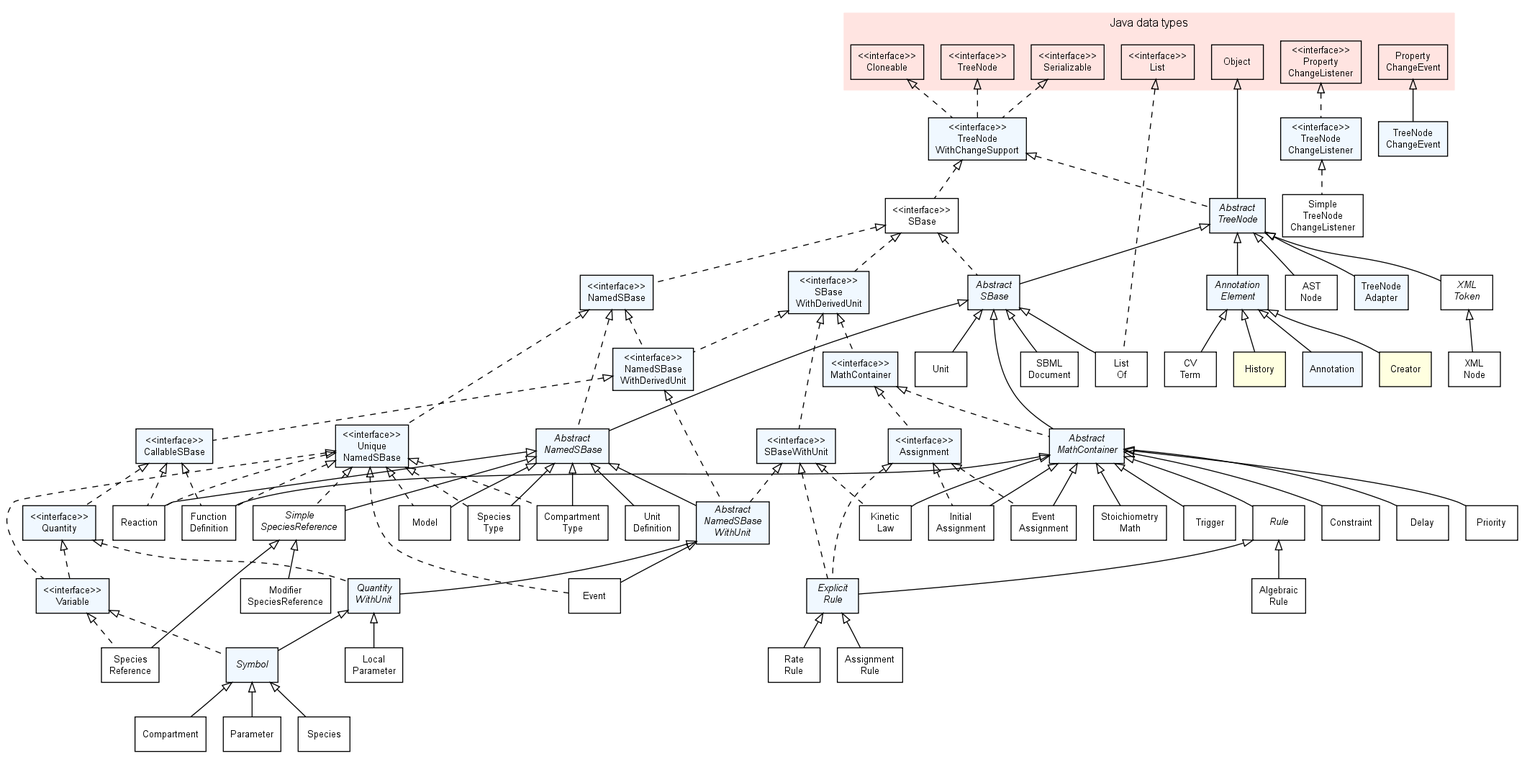
Before: doc/img/FullTypeHierarchy.png, a diagram exported from Graphviz (ChavaVennela/jsbml). Its source is kept beside it as doc/img/FullTypeHierarchy.dot.
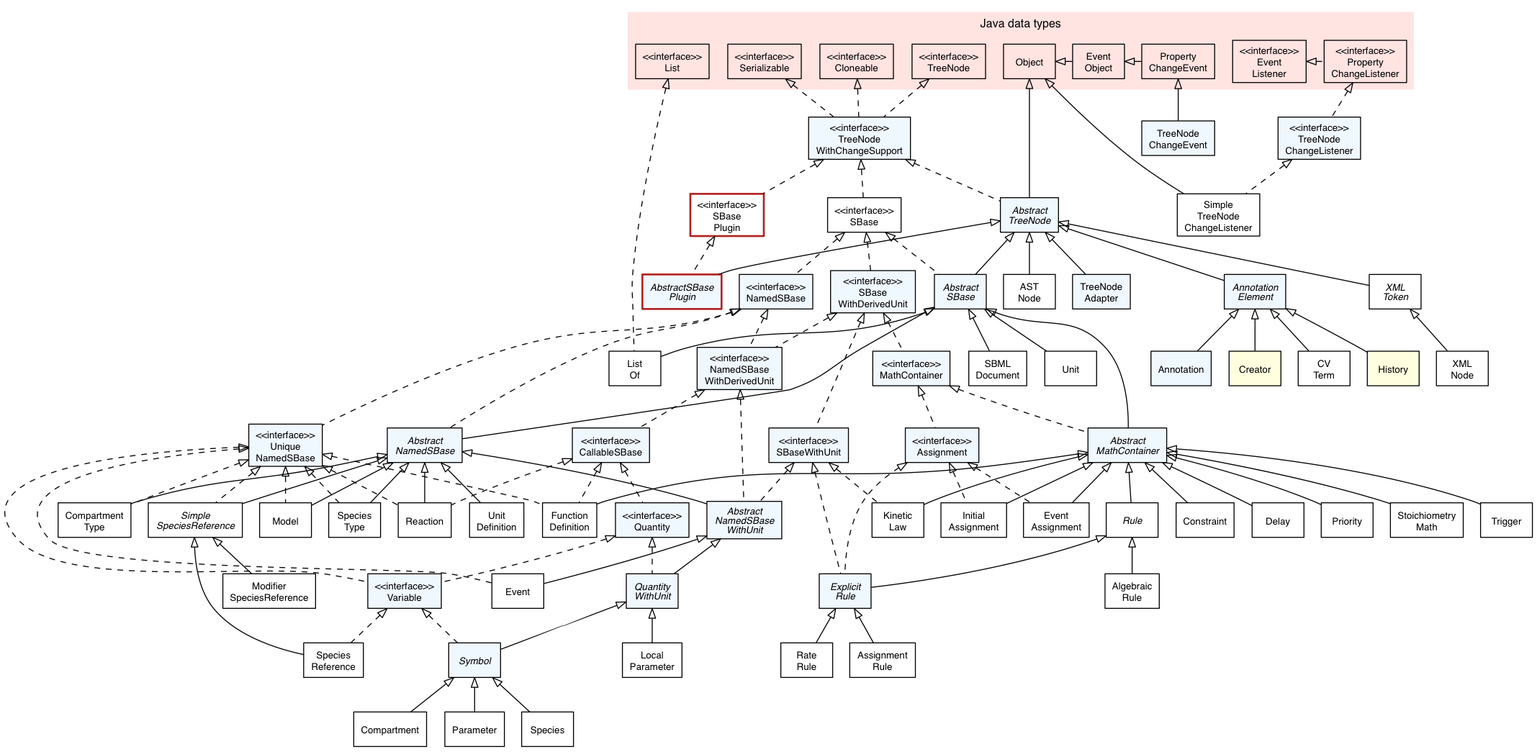
The same file after the commit.

Commit message:
updated FullTypeHierarchy to be the same as on the trunk

What changed in the source:
```diff
@@ -37,13 +37,17 @@
     labeljust=c;
 
     Cloneable                              [label="<<interface>>\nCloneable"];
+    EventListener                          [label="<<interface>>\nEvent\nListener"];
     List                                   [label="<<interface>>\nList"];
     PropertyChangeListener                 [label="<<interface>>\nProperty\nChangeListener"];
     Serializable                           [label="<<interface>>\nSerializable"];
     TreeNode                               [label="<<interface>>\nTreeNode"];
 
     Object                                 [label="Object"];
+    EventObject                            [label="Event\nObject"];
     PropertyChangeEvent                    [label="Property\nChangeEvent"];
+
+    {rank="same"; Object; EventObject; PropertyChangeEvent; EventListener; PropertyChangeListener}
   }
 
   /*
@@ -59,6 +63,7 @@
   SBaseWithDerivedUnit                     [label="<<interface>>\nSBase\nWithDerivedUnit", style="filled", fillcolor="#F0F8FF"];
   SBaseWithUnit                            [label="<<interface>>\nSBaseWithUnit", style="filled", fillcolor="#F0F8FF"];
   SBase                                    [label="<<interface>>\nSBase"];
+  SBasePlugin                              [label="<<interface>>\nSBase\nPlugin", color="firebrick", style="setlinewidth(2)"];
   TreeNodeChangeListener                   [label="<<interface>>\nTreeNode\nChangeListener", style="filled", fillcolor="#F0F8FF"];
   TreeNodeWithChangeSupport                [label="<<interface>>\nTreeNode\nWithChangeSupport", style="filled", fillcolor="#F0F8FF"];
   UniqueNamedSBase                         [label="<<interface>>\nUnique\nNamedSBase", style="filled", fillcolor="#F0F8FF"];
@@ -72,6 +77,7 @@
   AbstractNamedSBase                       [label=<<font face="Helvetica-Oblique">Abstract<br/>NamedSBase</font>>, style="filled", fillcolor="#F0F8FF"];
   AbstractNamedSBaseWithUnit               [label=<<font face="Helvetica-Oblique">Abstract<br/>NamedSBase<br/>WithUnit</font>>, style="filled", fillcolor="#F0F8FF"];
   AbstractSBase                            [label=<<font face="Helvetica-Oblique">Abstract<br/>SBase</font>>, style="filled", fillcolor="#F0F8FF"];
+  AbstractSBasePlugin                      [label=<<font face="Helvetica-Oblique">AbstractSBase<br/>Plugin</font>>, style="filled,setlinewidth(2)", fillcolor="#F0F8FF", color="firebrick"];
   AbstractTreeNode                         [label=<<font face="Helvetica-Oblique">Abstract<br/>TreeNode</font>>, style="filled", fillcolor="#F0F8FF"];
   AnnotationElement                        [label=<<font face="Helvetica-Oblique">Annotation<br/>Element</font>>, style="filled", fillcolor="#F0F8FF"];
   ExplicitRule                             [label=<<font face="Helvetica-Oblique">Explicit<br/>Rule</font>>, style="filled", fillcolor="#F0F8FF"];
@@ -152,6 +158,7 @@
   AbstractMathContainer      -> StoichiometryMath            [dir=back,arrowtail=empty];
   AbstractMathContainer      -> Trigger                      [dir=back,arrowtail=empty];
   AbstractTreeNode           -> AbstractSBase                [dir=back,arrowtail=empty];
+  AbstractTreeNode           -> AbstractSBasePlugin          [dir=back,arrowtail=empty];
   AbstractTreeNode           -> AnnotationElement            [dir=back,arrowtail=empty];
   AbstractTreeNode           -> ASTNode                      [dir=back,arrowtail=empty];
   AbstractTreeNode           -> TreeNodeAdapter              [dir=back,arrowtail=empty];
@@ -167,6 +174,9 @@
   CallableSBase              -> FunctionDefinition           [dir=back,arrowtail=empty,style=dashed];
   CallableSBase              -> Reaction                     [dir=back,arrowtail=empty,style=dashed];
   Cloneable                  -> TreeNodeWithChangeSupport    [dir=back,arrowtail=empty,style=dashed];
+  EventObject                -> PropertyChangeEvent          [dir=back,arrowtail=empty];
+  EventListener              -> PropertyChangeEvent          [style=invis]; // Helper for better layout
+  EventListener              -> PropertyChangeListener       [dir=back,arrowtail=empty,style=dashed];
   ExplicitRule               -> AssignmentRule               [dir=back,arrowtail=empty];
   ExplicitRule               -> RateRule                     [dir=back,arrowtail=empty];
   List                       -> ListOf                       [dir=back,arrowtail=empty,style=dashed];
@@ -178,6 +188,8 @@
   NamedSBaseWithDerivedUnit  -> AbstractNamedSBaseWithUnit   [dir=back,arrowtail=empty,style=dashed];
   NamedSBaseWithDerivedUnit  -> CallableSBase                [dir=back,arrowtail=empty,style=dashed];
   Object                     -> AbstractTreeNode             [dir=back,arrowtail=empty];
+  Object                     -> EventObject                  [dir=back,arrowtail=empty];
+  Object                     -> SimpleTreeNodeChangeListener [dir=back,arrowtail=empty];
   PropertyChangeEvent        -> TreeNodeChangeEvent          [dir=back,arrowtail=empty];
   PropertyChangeListener     -> TreeNodeChangeListener       [dir=back,arrowtail=empty,style=dashed];
   Quantity                   -> QuantityWithUnit             [dir=back,arrowtail=empty,style=dashed];
@@ -189,6 +201,7 @@
   SBase                      -> AbstractSBase                [dir=back,arrowtail=empty,style=dashed];
   SBase                      -> NamedSBase                   [dir=back,arrowtail=empty,style=dashed];
   SBase                      -> SBaseWithDerivedUnit         [dir=back,arrowtail=empty,style=dashed];
+  SBasePlugin                -> AbstractSBasePlugin          [dir=back,arrowtail=empty,style=dashed];
   SBaseWithDerivedUnit       -> MathContainer                [dir=back,arrowtail=empty,style=dashed];
   SBaseWithDerivedUnit       -> NamedSBaseWithDerivedUnit    [dir=back,arrowtail=empty,style=dashed];
   SBaseWithDerivedUnit       -> SBaseWithUnit                [dir=back,arrowtail=empty,style=dashed];
@@ -205,6 +218,7 @@
   TreeNodeChangeListener     -> SimpleTreeNodeChangeListener [dir=back,arrowtail=empty,style=dashed];
   TreeNodeWithChangeSupport  -> AbstractTreeNode             [dir=back,arrowtail=empty,style=dashed];
   TreeNodeWithChangeSupport  -> SBase                        [dir=back,arrowtail=empty,style=dashed];
+  TreeNodeWithChangeSupport  -> SBasePlugin                  [dir=back,arrowtail=empty,style=dashed];
   UniqueNamedSBase           -> CompartmentType              [dir=back,arrowtail=empty,style=dashed];
   UniqueNamedSBase           -> Event                        [dir=back,arrowtail=empty,style=dashed];
   UniqueNamedSBase           -> FunctionDefinition           [dir=back,arrowtail=empty,style=dashed];
```
